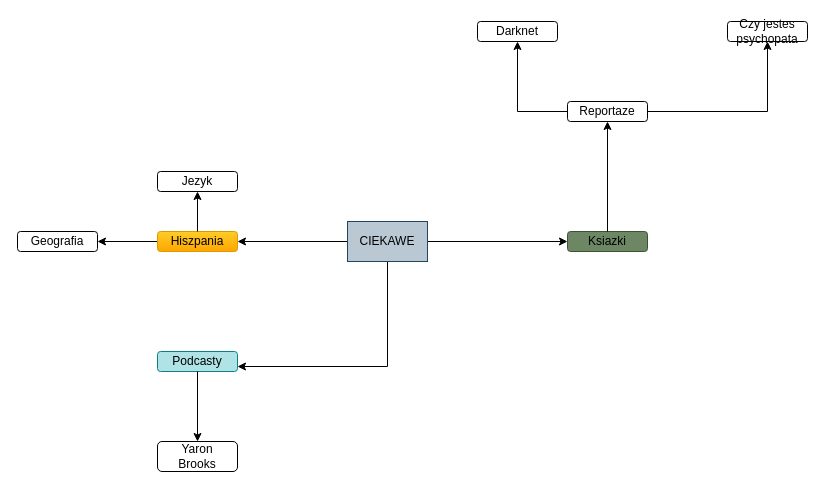
redzip/hello-world keeps this draw.io diagram as Untitled Diagram.drawio. Above is the earlier version. Source tidied: cells renumbered, new cells numbered last; positions are measured from the earlier drawing's top-left corner, leaving out a move shared by most shapes. Both pictures are drawn from the tidied source at 100%, with x=0, y=0 at pixel (17, 21).
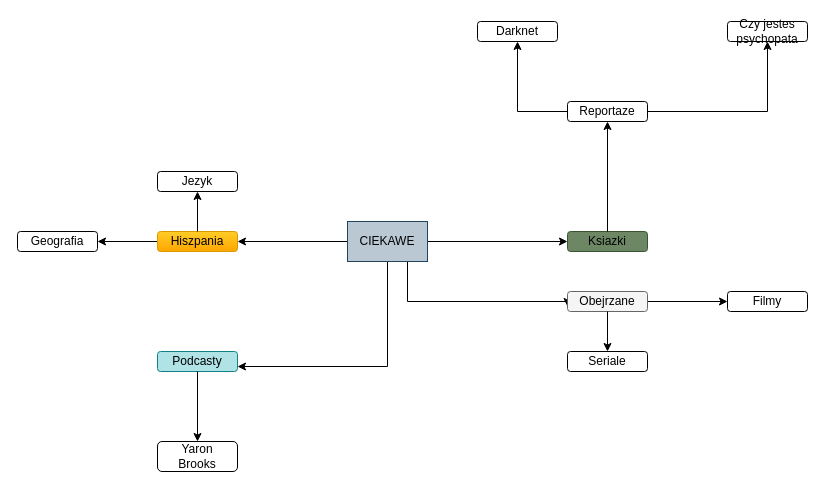
The same page after the edit.

Unchanged cells that the change refers to:
```xml
<mxCell id="5" style="rounded=0;whiteSpace=wrap;html=1;fillColor=#bac8d3;strokeColor=#23445d;" parent="1" vertex="1">
  <mxGeometry x="330" y="200" width="80" height="40" as="geometry" />
</mxCell>
```

What changed in the source:
```diff
@@
+    <mxCell id="31" style="edgeStyle=orthogonalEdgeStyle;rounded=0;jettySize=auto;html=1;exitX=0.75;exitY=1;exitDx=0;exitDy=0;entryX=0;entryY=0.75;entryDx=0;entryDy=0;" parent="1" edge="1" source="5" target="33">
+      <mxGeometry relative="1" as="geometry">
+        <Array as="points">
+          <mxPoint x="390" y="280" />
+          <mxPoint x="550" y="280" />
+        </Array>
+      </mxGeometry>
+    </mxCell>
@@
+    <mxCell id="32" style="edgeStyle=orthogonalEdgeStyle;rounded=0;jettySize=auto;html=1;exitX=1;exitY=0.5;exitDx=0;exitDy=0;entryX=0;entryY=0.5;entryDx=0;entryDy=0;" parent="1" edge="1" source="33" target="34">
+      <mxGeometry relative="1" as="geometry" />
+    </mxCell>
+    <mxCell id="33" style="rounded=1;whiteSpace=wrap;html=1;fillColor=#f5f5f5;strokeColor=#666666;fontColor=#333333;" parent="1" vertex="1">
+      <mxGeometry x="550" y="270" width="80" height="20" as="geometry" />
+    </mxCell>
+    <mxCell id="34" style="rounded=1;whiteSpace=wrap;html=1;" parent="1" vertex="1">
+      <mxGeometry x="710" y="270" width="80" height="20" as="geometry" />
+    </mxCell>
+    <mxCell id="35" style="rounded=1;whiteSpace=wrap;html=1;" parent="1" vertex="1">
+      <mxGeometry x="550" y="330" width="80" height="20" as="geometry" />
+    </mxCell>
+    <mxCell id="36" style="edgeStyle=orthogonalEdgeStyle;rounded=0;jettySize=auto;html=1;exitX=0.5;exitY=1;exitDx=0;exitDy=0;entryX=0.5;entryY=0;entryDx=0;entryDy=0;" parent="1" edge="1" source="37" target="38">
+      <mxGeometry relative="1" as="geometry" />
+    </mxCell>
+    <mxCell id="37" value="Obejrzane" style="text;html=1;strokeColor=none;fillColor=none;align=center;verticalAlign=middle;whiteSpace=wrap;rounded=0;" parent="1" vertex="1">
+      <mxGeometry x="570" y="270" width="40" height="20" as="geometry" />
+    </mxCell>
+    <mxCell id="38" value="Seriale" style="text;html=1;strokeColor=none;fillColor=none;align=center;verticalAlign=middle;whiteSpace=wrap;rounded=0;" parent="1" vertex="1">
+      <mxGeometry x="570" y="330" width="40" height="20" as="geometry" />
+    </mxCell>
+    <mxCell id="39" value="Filmy" style="text;html=1;strokeColor=none;fillColor=none;align=center;verticalAlign=middle;whiteSpace=wrap;rounded=0;" parent="1" vertex="1">
+      <mxGeometry x="730" y="270" width="40" height="20" as="geometry" />
+    </mxCell>
```
